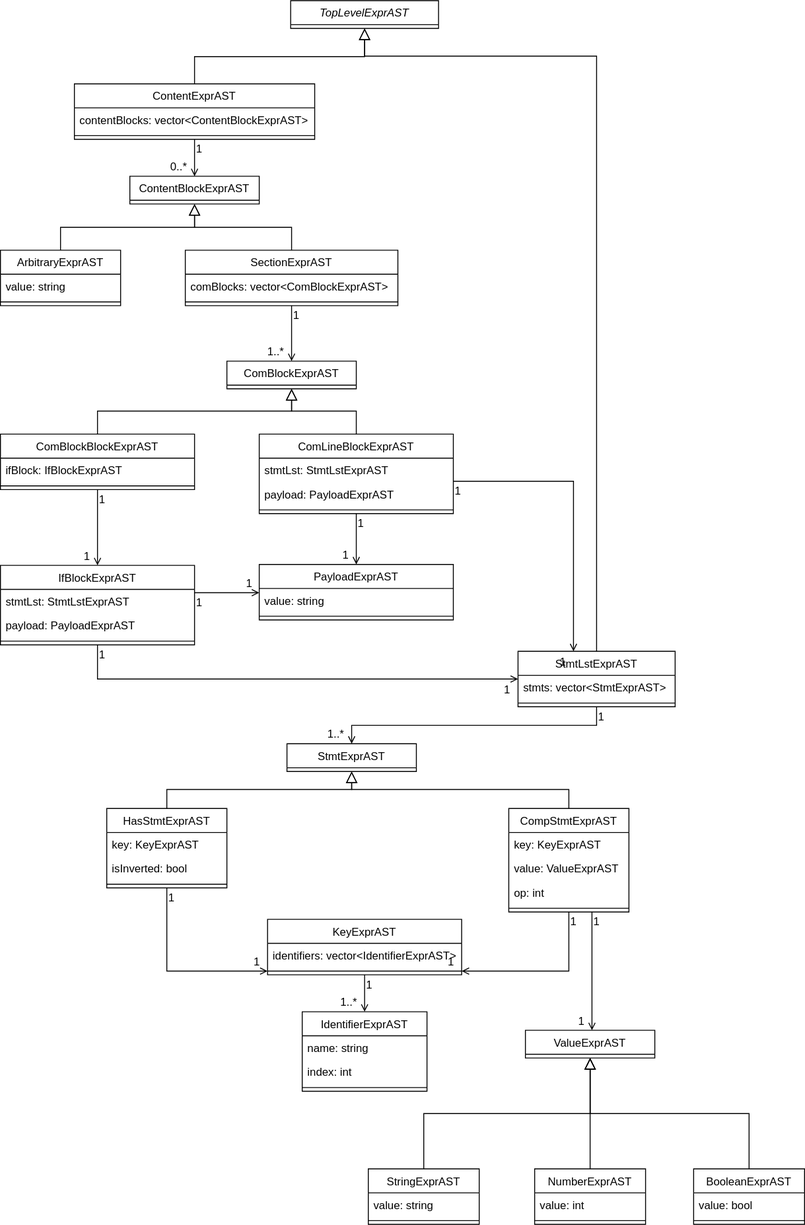
compose-generator/ccom keeps this draw.io diagram as media/class-diagram.svg. Above is the earlier version. Source tidied: cells renumbered, new cells last; positions are measured from the earlier drawing's top-left corner, leaving out a move shared by most shapes.
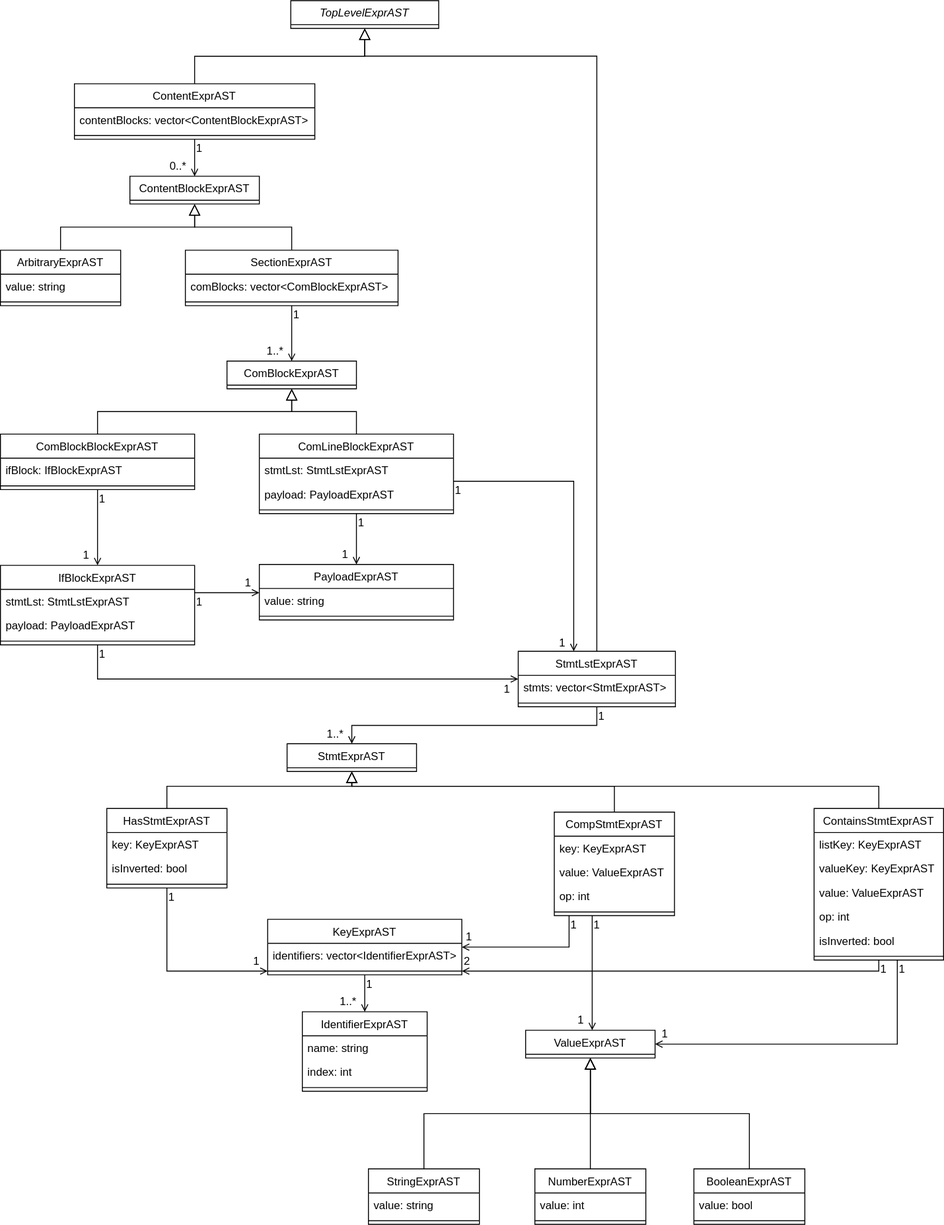
Above is the later version.

Change to the diagram source:
```diff
@@ -180,7 +180,7 @@
     </mxCell>
     <mxCell id="49" value="1" style="align=right;verticalAlign=bottom;labelBackgroundColor=none;fontSize=12;" parent="47" vertex="1">
       <mxGeometry x="1" relative="1" as="geometry">
-        <mxPoint x="-7" y="20" as="offset" />
+        <mxPoint x="-7" as="offset" />
       </mxGeometry>
     </mxCell>
     <mxCell id="50" style="endArrow=open;shadow=0;strokeWidth=1;rounded=0;endFill=1;edgeStyle=elbowEdgeStyle;elbow=vertical;" parent="1" edge="1" source="40" target="7">
@@ -241,7 +241,11 @@
       </mxGeometry>
     </mxCell>
     <mxCell id="62" style="endArrow=block;endSize=10;endFill=0;shadow=0;strokeWidth=1;rounded=0;edgeStyle=elbowEdgeStyle;elbow=vertical;" parent="1" edge="1" source="63" target="27">
-      <mxGeometry relative="1" as="geometry" />
+      <mxGeometry relative="1" as="geometry">
+        <Array as="points">
+          <mxPoint x="280" y="850" />
+        </Array>
+      </mxGeometry>
     </mxCell>
     <mxCell id="63" value="HasStmtExprAST" style="swimlane;fontStyle=0;align=center;verticalAlign=top;horizontal=1;startSize=26;rounded=0;shadow=0;strokeWidth=1;" parent="1" vertex="1">
       <mxGeometry x="115" y="874" width="130" height="86" as="geometry" />
@@ -256,7 +260,7 @@
       <mxGeometry y="78" width="130" height="8" as="geometry" />
     </mxCell>
     <mxCell id="67" value="CompStmtExprAST" style="swimlane;fontStyle=0;align=center;verticalAlign=top;horizontal=1;startSize=26;rounded=0;shadow=0;strokeWidth=1;" parent="1" vertex="1">
-      <mxGeometry x="550" y="874" width="130" height="112" as="geometry" />
+      <mxGeometry x="599" y="878" width="130" height="112" as="geometry" />
     </mxCell>
     <mxCell id="68" value="key: KeyExprAST" style="text;align=left;verticalAlign=top;spacingLeft=4;spacingRight=4;overflow=hidden;" parent="67" vertex="1">
       <mxGeometry y="26" width="130" height="26" as="geometry" />
@@ -271,7 +275,11 @@
       <mxGeometry y="104" width="130" height="8" as="geometry" />
     </mxCell>
     <mxCell id="72" style="endArrow=block;endSize=10;endFill=0;shadow=0;strokeWidth=1;rounded=0;edgeStyle=elbowEdgeStyle;elbow=vertical;" parent="1" edge="1" source="67" target="27">
-      <mxGeometry relative="1" as="geometry" />
+      <mxGeometry relative="1" as="geometry">
+        <Array as="points">
+          <mxPoint x="560" y="850" />
+        </Array>
+      </mxGeometry>
     </mxCell>
     <mxCell id="73" value="KeyExprAST" style="swimlane;fontStyle=0;align=center;verticalAlign=top;horizontal=1;startSize=26;rounded=0;shadow=0;strokeWidth=1;" parent="1" vertex="1">
       <mxGeometry x="289" y="994" width="210" height="60" as="geometry" />
@@ -330,7 +338,7 @@
     <mxCell id="86" style="endArrow=open;shadow=0;strokeWidth=1;rounded=0;endFill=1;edgeStyle=elbowEdgeStyle;elbow=vertical;" parent="1" edge="1" source="67" target="73">
       <mxGeometry x="0.5" y="41" relative="1" as="geometry">
         <Array as="points">
-          <mxPoint x="615" y="1050" />
+          <mxPoint x="615" y="1024" />
         </Array>
         <mxPoint x="-40" y="32" as="offset" />
       </mxGeometry>
@@ -342,7 +350,7 @@
     </mxCell>
     <mxCell id="88" value="1" style="align=right;verticalAlign=bottom;labelBackgroundColor=none;fontSize=12;" parent="86" vertex="1">
       <mxGeometry x="1" relative="1" as="geometry">
-        <mxPoint x="-7" y="-2" as="offset" />
+        <mxPoint x="13" y="-2" as="offset" />
       </mxGeometry>
     </mxCell>
     <mxCell id="89" value="ValueExprAST" style="swimlane;fontStyle=0;align=center;verticalAlign=top;horizontal=1;startSize=26;rounded=0;shadow=0;strokeWidth=1;" parent="1" vertex="1">
@@ -402,5 +410,69 @@
     <mxCell id="104" style="endArrow=block;endSize=10;endFill=0;shadow=0;strokeWidth=1;rounded=0;edgeStyle=elbowEdgeStyle;elbow=vertical;" parent="1" edge="1" source="99" target="89">
       <mxGeometry relative="1" as="geometry" />
     </mxCell>
+    <mxCell id="105" value="ContainsStmtExprAST" style="swimlane;fontStyle=0;align=center;verticalAlign=top;horizontal=1;startSize=26;rounded=0;shadow=0;strokeWidth=1;" parent="1" vertex="1">
+      <mxGeometry x="880" y="874" width="140" height="164" as="geometry" />
+    </mxCell>
+    <mxCell id="106" value="listKey: KeyExprAST" style="text;align=left;verticalAlign=top;spacingLeft=4;spacingRight=4;overflow=hidden;" parent="105" vertex="1">
+      <mxGeometry y="26" width="140" height="26" as="geometry" />
+    </mxCell>
+    <mxCell id="107" value="valueKey: KeyExprAST" style="text;align=left;verticalAlign=top;spacingLeft=4;spacingRight=4;overflow=hidden;" parent="105" vertex="1">
+      <mxGeometry y="52" width="140" height="26" as="geometry" />
+    </mxCell>
+    <mxCell id="108" value="value: ValueExprAST" style="text;align=left;verticalAlign=top;spacingLeft=4;spacingRight=4;overflow=hidden;" parent="105" vertex="1">
+      <mxGeometry y="78" width="140" height="26" as="geometry" />
+    </mxCell>
+    <mxCell id="109" value="op: int" style="text;align=left;verticalAlign=top;spacingLeft=4;spacingRight=4;overflow=hidden;" parent="105" vertex="1">
+      <mxGeometry y="104" width="140" height="26" as="geometry" />
+    </mxCell>
+    <mxCell id="110" value="isInverted: bool" style="text;align=left;verticalAlign=top;spacingLeft=4;spacingRight=4;overflow=hidden;" parent="105" vertex="1">
+      <mxGeometry y="130" width="140" height="26" as="geometry" />
+    </mxCell>
+    <mxCell id="111" style="line;html=1;strokeWidth=1;align=left;verticalAlign=middle;spacingTop=-1;spacingLeft=3;spacingRight=3;labelPosition=right;" parent="105" vertex="1">
+      <mxGeometry y="156" width="140" height="8" as="geometry" />
+    </mxCell>
+    <mxCell id="112" style="endArrow=block;endSize=10;endFill=0;shadow=0;strokeWidth=1;rounded=0;edgeStyle=elbowEdgeStyle;elbow=vertical;" parent="1" edge="1" source="105" target="27">
+      <mxGeometry relative="1" as="geometry">
+        <Array as="points">
+          <mxPoint x="670" y="850" />
+        </Array>
+      </mxGeometry>
+    </mxCell>
+    <mxCell id="113" style="endArrow=open;shadow=0;strokeWidth=1;rounded=0;endFill=1;edgeStyle=elbowEdgeStyle;elbow=vertical;" parent="1" edge="1" source="105" target="73">
+      <mxGeometry x="0.5" y="41" relative="1" as="geometry">
+        <Array as="points">
+          <mxPoint x="670" y="1050" />
+        </Array>
+        <mxPoint x="-40" y="32" as="offset" />
+      </mxGeometry>
+    </mxCell>
+    <mxCell id="114" value="1" style="align=left;verticalAlign=bottom;labelBackgroundColor=none;fontSize=12;" parent="113" vertex="1">
+      <mxGeometry x="-1" relative="1" as="geometry">
+        <mxPoint y="19" as="offset" />
+      </mxGeometry>
+    </mxCell>
+    <mxCell id="115" value="2" style="align=right;verticalAlign=bottom;labelBackgroundColor=none;fontSize=12;" parent="113" vertex="1">
+      <mxGeometry x="1" relative="1" as="geometry">
+        <mxPoint x="11" y="-2" as="offset" />
+      </mxGeometry>
+    </mxCell>
+    <mxCell id="116" style="endArrow=open;shadow=0;strokeWidth=1;rounded=0;endFill=1;edgeStyle=elbowEdgeStyle;elbow=vertical;" parent="1" edge="1" source="105" target="89">
+      <mxGeometry x="0.5" y="41" relative="1" as="geometry">
+        <Array as="points">
+          <mxPoint x="970" y="1129" />
+        </Array>
+        <mxPoint x="-40" y="32" as="offset" />
+      </mxGeometry>
+    </mxCell>
+    <mxCell id="117" value="1" style="align=left;verticalAlign=bottom;labelBackgroundColor=none;fontSize=12;" parent="116" vertex="1">
+      <mxGeometry x="-1" relative="1" as="geometry">
+        <mxPoint y="19" as="offset" />
+      </mxGeometry>
+    </mxCell>
+    <mxCell id="118" value="1" style="align=right;verticalAlign=bottom;labelBackgroundColor=none;fontSize=12;" parent="116" vertex="1">
+      <mxGeometry x="1" relative="1" as="geometry">
+        <mxPoint x="16" y="-2" as="offset" />
+      </mxGeometry>
+    </mxCell>
   </root>
 </mxGraphModel>
```
